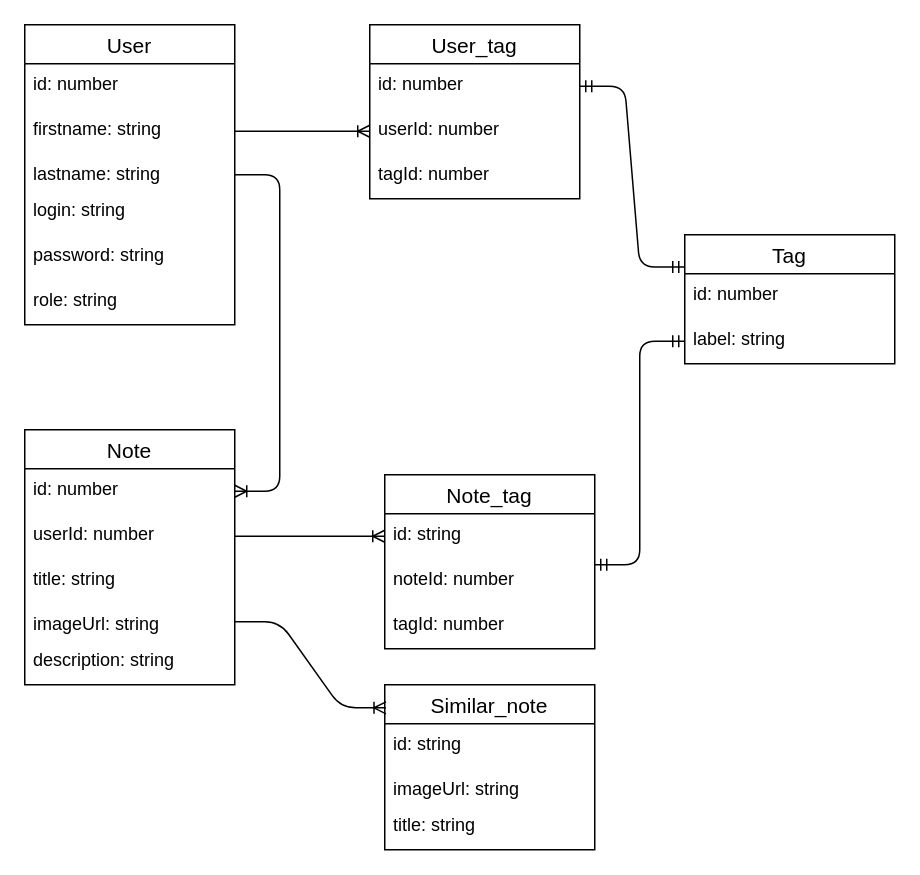
Earlier version of the draw.io diagram server/DB_diagram.drawio (EgorGo23/Gonote). Source tidied: cells renumbered, new cells numbered last; positions are measured from the earlier drawing's top-left corner, leaving out a move shared by most shapes. Both pictures are drawn from the tidied source at 150%, with x=0, y=0 at pixel (24, 24).
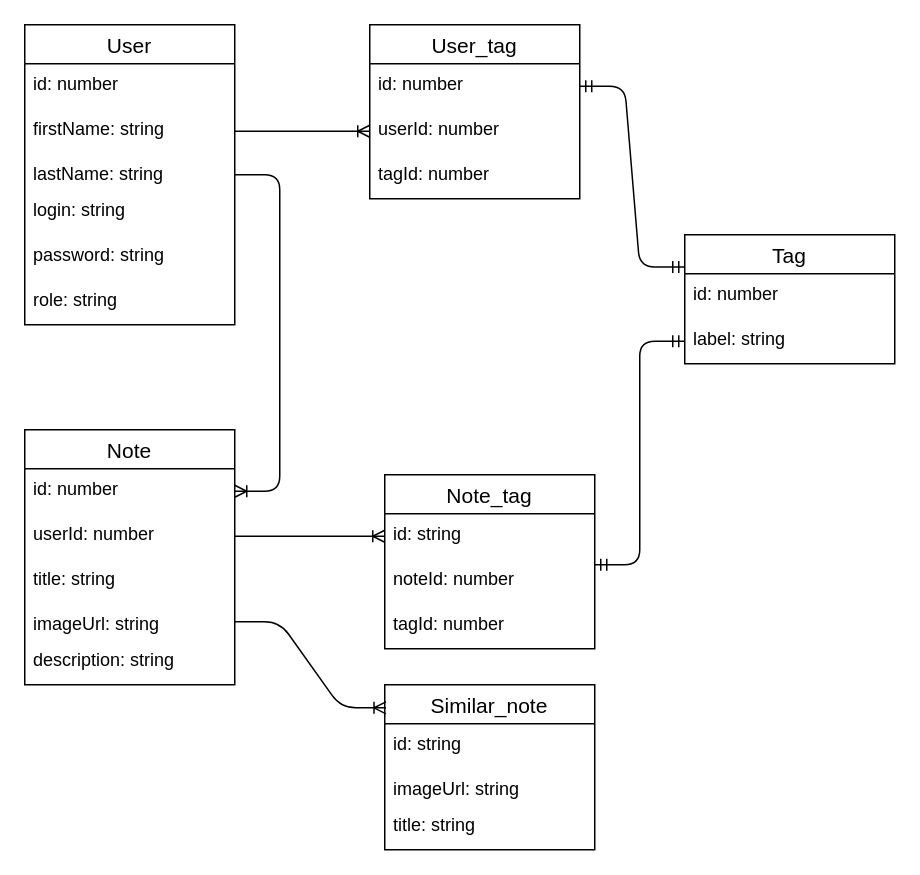
The same diagram, later.

The change refers to these unchanged cells:
```xml
<mxCell id="2" value="User" style="swimlane;fontStyle=0;horizontal=1;startSize=26;align=center;fontSize=14;" parent="1" vertex="1">
  <mxGeometry width="140" height="200" as="geometry" />
</mxCell>
```

Change to the diagram source:
```diff
@@
-    <mxCell id="4" value="firstname: string" style="text;strokeColor=none;fillColor=none;spacingLeft=4;spacingRight=4;overflow=hidden;points=[[0,0.5],[1,0.5]];portConstraint=eastwest;fontSize=12;" parent="2" vertex="1">
+    <mxCell id="4" value="firstName: string" style="text;strokeColor=none;fillColor=none;spacingLeft=4;spacingRight=4;overflow=hidden;points=[[0,0.5],[1,0.5]];portConstraint=eastwest;fontSize=12;" parent="2" vertex="1">
       <mxGeometry y="56" width="140" height="30" as="geometry" />
     </mxCell>
-    <mxCell id="5" value="lastname: string" style="text;strokeColor=none;fillColor=none;spacingLeft=4;spacingRight=4;overflow=hidden;fontSize=12;" parent="2" vertex="1">
+    <mxCell id="5" value="lastName: string" style="text;strokeColor=none;fillColor=none;spacingLeft=4;spacingRight=4;overflow=hidden;fontSize=12;" parent="2" vertex="1">
       <mxGeometry y="86" width="140" height="24" as="geometry" />
     </mxCell>
```
